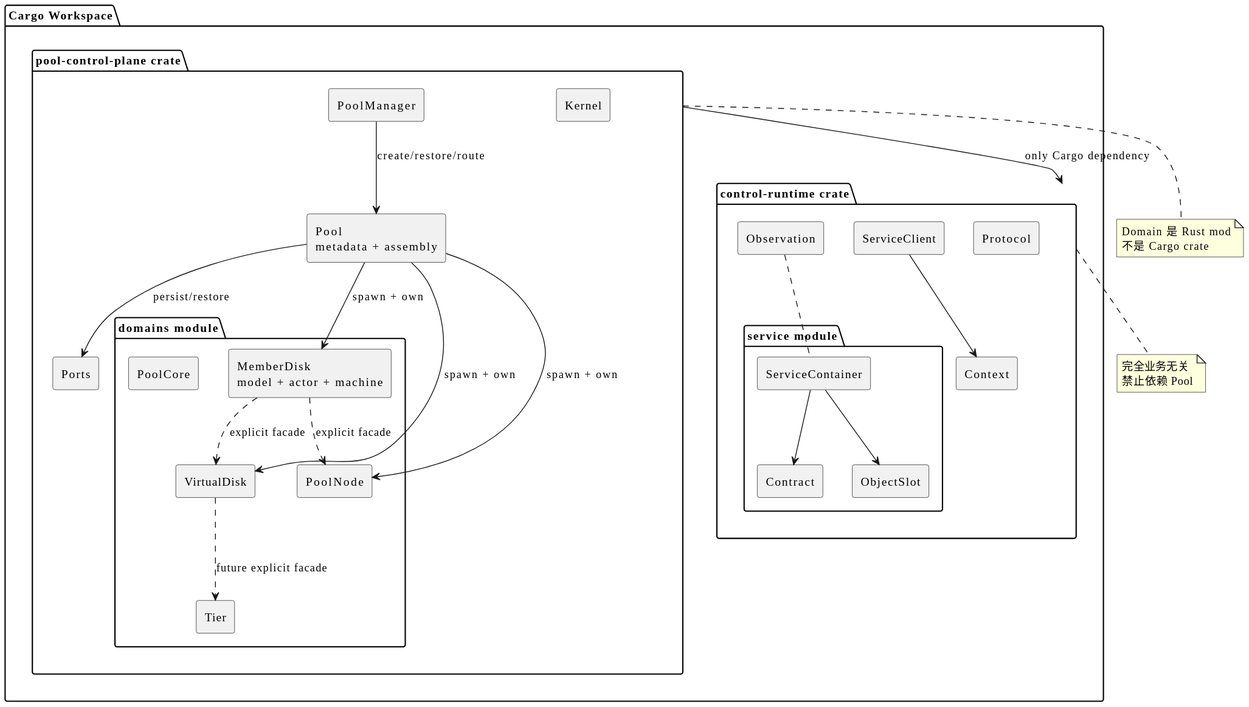
limushu/runtime keeps this PlantUML diagram as pool-control-plane-baseline/assets/package-workspace-layout.svg. Above is the earlier version.
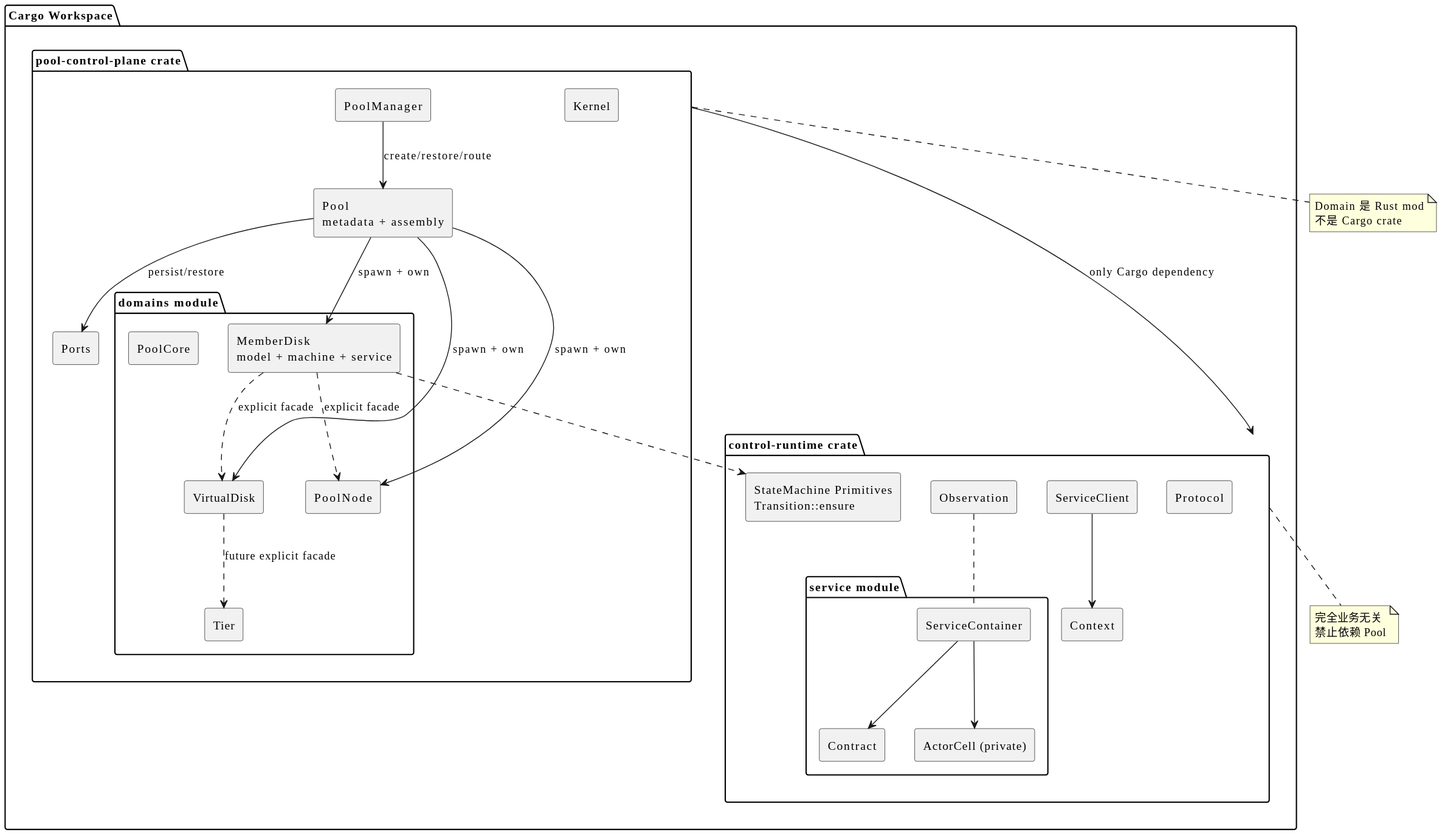
After the commit.

Change to the diagram source:
```diff
@@ -10,10 +10,11 @@
     component Context
     component ServiceClient
     component Observation
+    component "StateMachine Primitives\nTransition::ensure" as StateMachine
     package "service module" {
       component Contract
       component ServiceContainer
-      component ObjectSlot
+      component "ActorCell (private)" as ActorCell
     }
   }
 
@@ -23,7 +24,7 @@
     component "Pool\nmetadata + assembly" as PoolInstance
     component Ports
     package "domains module" {
-      component "MemberDisk\nmodel + actor + machine" as MemberDisk
+      component "MemberDisk\nmodel + machine + service" as MemberDisk
       component VirtualDisk
       component PoolNode
       component Tier
@@ -43,7 +44,8 @@
 VirtualDisk ..> Tier : future explicit facade
 
 ServiceContainer --> Contract
-ServiceContainer --> ObjectSlot
+ServiceContainer --> ActorCell
+MemberDisk ..> StateMachine
 ServiceClient --> Context
 Observation .. ServiceContainer
 
```
